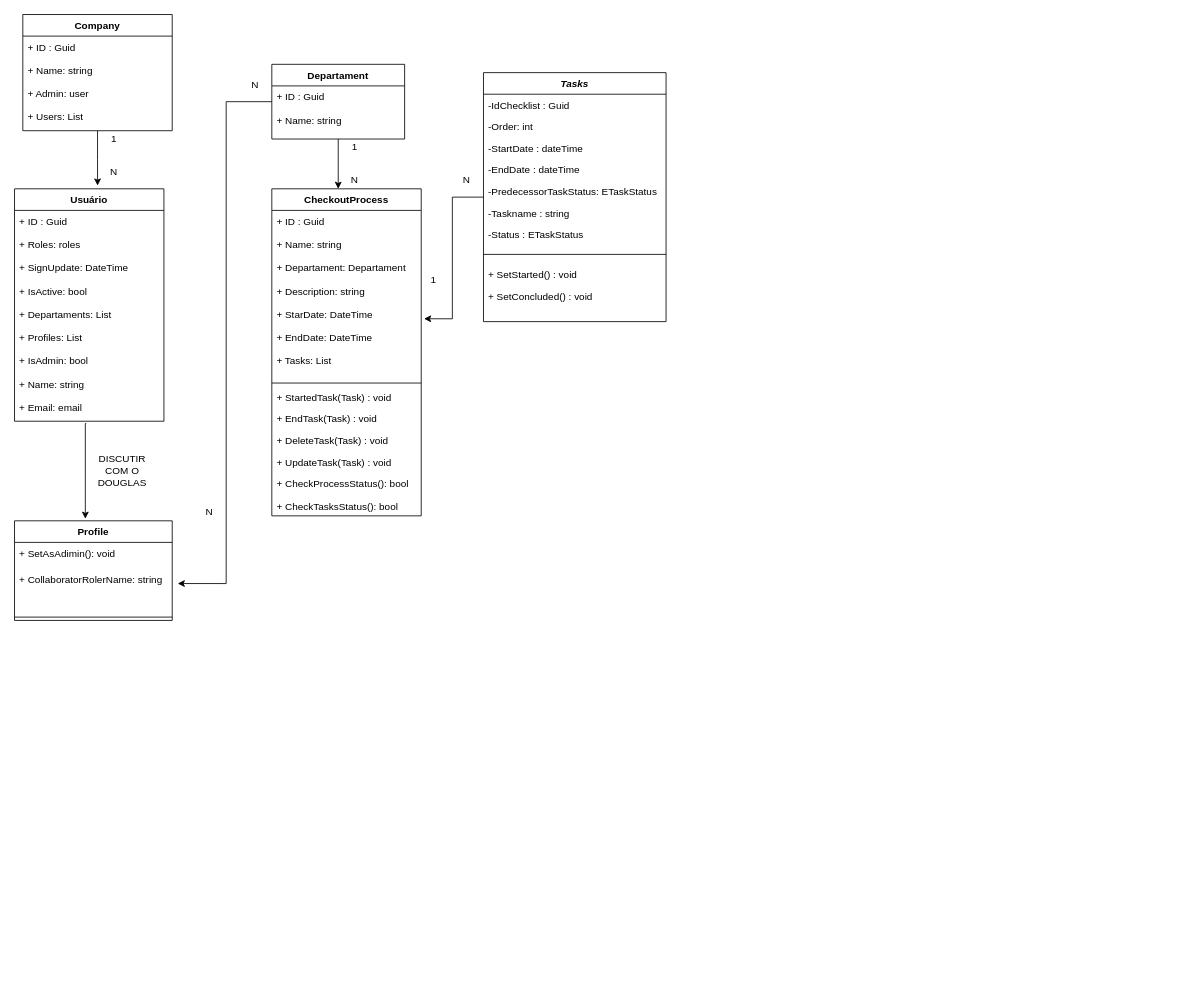
The draw.io diagram TaskManager.drawio in DevelopmentModalGR/TaskManager, before the edit. Source tidied: cells renumbered, new cells numbered last; positions are measured from the earlier drawing's top-left corner, leaving out a move shared by most shapes. Both pictures are drawn from the tidied source at 83%, with x=0, y=0 at pixel (14, 14).
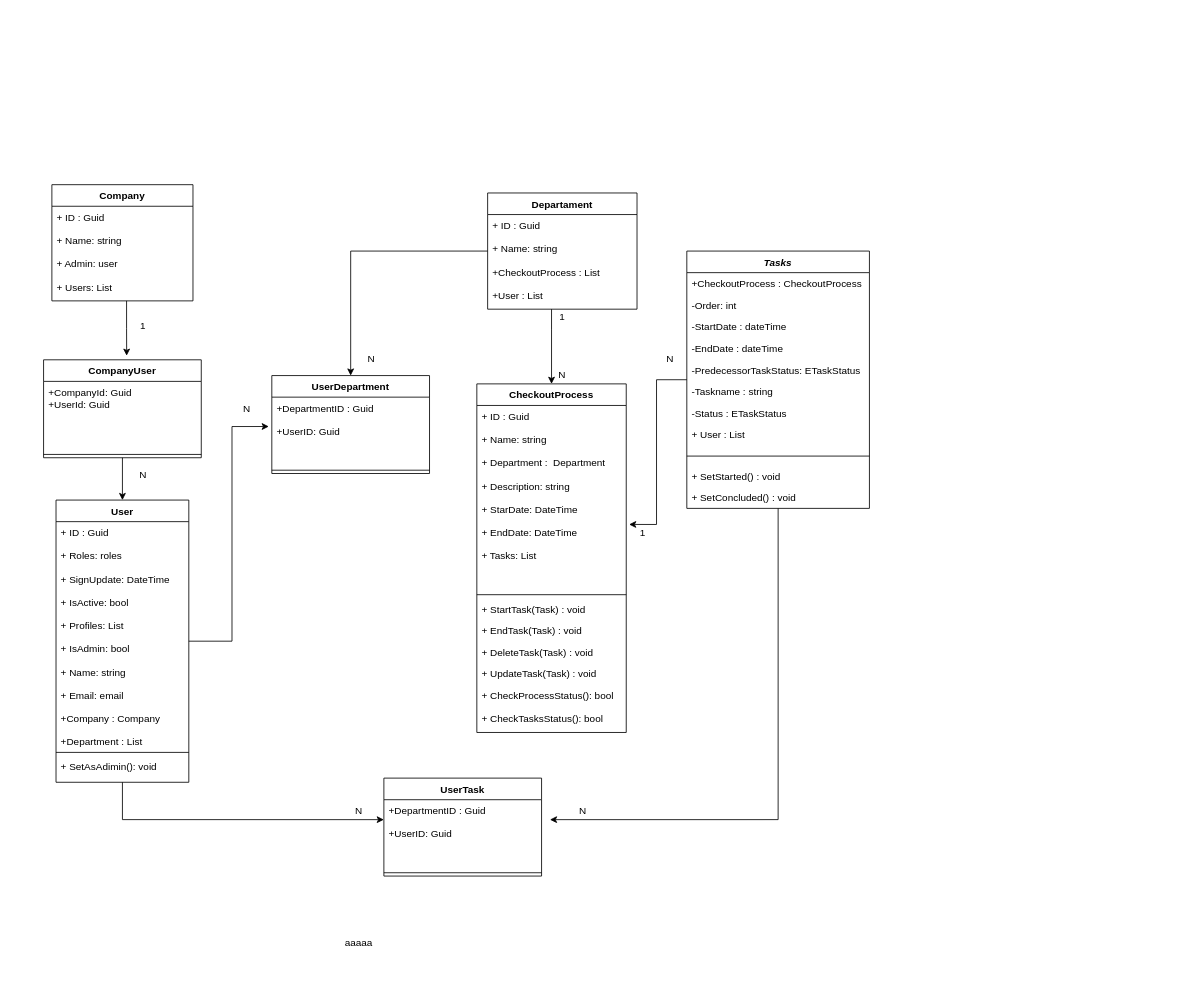
The same diagram, later.

The edit, as a diff of the source:
```diff
@@
+    <mxCell id="47" style="edgeStyle=orthogonalEdgeStyle;rounded=0;jettySize=auto;html=1;entryX=1.053;entryY=0.286;entryDx=0;entryDy=0;entryPerimeter=0;" parent="1" edge="1" source="3" target="61">
+      <mxGeometry relative="1" as="geometry">
+        <Array as="points">
+          <mxPoint x="920" y="970" />
+        </Array>
+      </mxGeometry>
+    </mxCell>
     <mxCell id="3" value="Tasks" style="swimlane;fontStyle=3;align=center;verticalAlign=top;horizontal=1;startSize=26;rounded=0;shadow=0;strokeWidth=1;" parent="1" vertex="1">
-      <mxGeometry x="565" y="70" width="220" height="300" as="geometry" />
+      <mxGeometry x="810" y="285" width="220" height="310" as="geometry" />
     </mxCell>
-    <mxCell id="4" value="-IdChecklist : Guid" style="text;align=left;verticalAlign=top;spacingLeft=4;spacingRight=4;overflow=hidden;" parent="3" vertex="1">
+    <mxCell id="4" value="+CheckoutProcess : CheckoutProcess" style="text;align=left;verticalAlign=top;spacingLeft=4;spacingRight=4;overflow=hidden;" parent="3" vertex="1">
       <mxGeometry y="26" width="220" height="26" as="geometry" />
     </mxCell>
@@
+    <mxCell id="48" value="+ User : List" style="text;align=left;verticalAlign=top;spacingLeft=4;spacingRight=4;overflow=hidden;rounded=0;shadow=0;html=0;" parent="3" vertex="1">
+      <mxGeometry y="208" width="220" height="28" as="geometry" />
+    </mxCell>
     <mxCell id="11" style="line;html=1;strokeWidth=1;align=left;verticalAlign=middle;spacingTop=-1;spacingLeft=3;spacingRight=3;labelPosition=right;" parent="3" vertex="1">
-      <mxGeometry y="208" width="220" height="22" as="geometry" />
+      <mxGeometry y="236" width="220" height="22" as="geometry" />
     </mxCell>
     <mxCell id="12" value="+ SetStarted() : void" style="text;align=left;verticalAlign=top;spacingLeft=4;spacingRight=4;overflow=hidden;rounded=0;shadow=0;html=0;" parent="3" vertex="1">
-      <mxGeometry y="230" width="220" height="26" as="geometry" />
+      <mxGeometry y="258" width="220" height="26" as="geometry" />
     </mxCell>
     <mxCell id="13" value="+ SetConcluded() : void" style="text;align=left;verticalAlign=top;spacingLeft=4;spacingRight=4;overflow=hidden;rounded=0;shadow=0;html=0;" parent="3" vertex="1">
-      <mxGeometry y="256" width="220" height="26" as="geometry" />
+      <mxGeometry y="284" width="220" height="26" as="geometry" />
     </mxCell>
-    <mxCell id="14" style="edgeStyle=orthogonalEdgeStyle;rounded=0;jettySize=auto;html=1;" parent="1" edge="1" source="16">
-      <mxGeometry relative="1" as="geometry">
-        <mxPoint x="390" y="210" as="targetPoint" />
-      </mxGeometry>
-    </mxCell>
-    <mxCell id="15" style="edgeStyle=orthogonalEdgeStyle;rounded=0;jettySize=auto;html=1;entryX=1.035;entryY=0.325;entryDx=0;entryDy=0;entryPerimeter=0;startArrow=none;startFill=0;endArrow=classic;endFill=1;" parent="1" edge="1" source="16" target="32">
-      <mxGeometry relative="1" as="geometry">
-        <Array as="points">
-          <mxPoint x="255" y="105" />
-          <mxPoint x="255" y="686" />
-        </Array>
-      </mxGeometry>
-    </mxCell>
+    <mxCell id="49" style="edgeStyle=orthogonalEdgeStyle;rounded=0;jettySize=auto;html=1;entryX=0.5;entryY=0;entryDx=0;entryDy=0;" parent="1" edge="1" source="16" target="30">
+      <mxGeometry relative="1" as="geometry" />
+    </mxCell>
+    <mxCell id="50" style="edgeStyle=orthogonalEdgeStyle;rounded=0;jettySize=auto;html=1;entryX=0.5;entryY=0;entryDx=0;entryDy=0;" parent="1" edge="1" source="16" target="22">
+      <mxGeometry relative="1" as="geometry">
+        <Array as="points">
+          <mxPoint x="647" y="380" />
+          <mxPoint x="647" y="380" />
+        </Array>
+      </mxGeometry>
+    </mxCell>
     <mxCell id="16" value="Departament" style="swimlane;fontStyle=1;align=center;verticalAlign=top;horizontal=1;startSize=26;rounded=0;shadow=0;strokeWidth=1;" parent="1" vertex="1">
-      <mxGeometry x="310" y="60" width="160" height="90" as="geometry" />
+      <mxGeometry x="570" y="215" width="180" height="140" as="geometry" />
     </mxCell>
-    <mxCell id="17" value="+ ID : Guid&#10;&#10;+ Name: string" style="text;align=left;verticalAlign=top;spacingLeft=4;spacingRight=4;overflow=hidden;" parent="16" vertex="1">
-      <mxGeometry y="26" width="160" height="54" as="geometry" />
+    <mxCell id="17" value="+ ID : Guid&#10;&#10;+ Name: string&#10;&#10;+CheckoutProcess : List&#10;&#10;+User : List" style="text;align=left;verticalAlign=top;spacingLeft=4;spacingRight=4;overflow=hidden;" parent="16" vertex="1">
+      <mxGeometry y="26" width="180" height="114" as="geometry" />
     </mxCell>
     <mxCell id="18" style="line;html=1;strokeWidth=1;align=left;verticalAlign=middle;spacingTop=-1;spacingLeft=3;spacingRight=3;labelPosition=right;" parent="16" vertex="1">
-      <mxGeometry y="80" width="160" as="geometry" />
+      <mxGeometry y="140" width="180" as="geometry" />
     </mxCell>
-    <mxCell id="19" style="edgeStyle=orthogonalEdgeStyle;rounded=0;jettySize=auto;html=1;entryX=0.449;entryY=-0.021;entryDx=0;entryDy=0;entryPerimeter=0;startArrow=none;startFill=0;endArrow=classic;endFill=1;exitX=0.48;exitY=1.011;exitDx=0;exitDy=0;exitPerimeter=0;" parent="1" edge="1" source="21" target="30">
-      <mxGeometry relative="1" as="geometry">
-        <Array as="points">
-          <mxPoint x="85" y="493" />
-        </Array>
-      </mxGeometry>
-    </mxCell>
-    <mxCell id="20" value="Usuário" style="swimlane;fontStyle=1;horizontal=1;startSize=26;fillColor=none;" parent="1" vertex="1">
-      <mxGeometry y="210" width="180" height="280" as="geometry" />
-    </mxCell>
-    <mxCell id="21" value="+ ID : Guid&#10;&#10;+ Roles: roles&#10;&#10;+ SignUpdate: DateTime&#10;&#10;+ IsActive: bool&#10;&#10;+ Departaments: List&#10;&#10;+ Profiles: List&#10;&#10;+ IsAdmin: bool&#10;&#10;+ Name: string&#10;&#10;+ Email: email&#10;" style="text;strokeColor=none;fillColor=none;align=left;verticalAlign=top;spacingLeft=4;spacingRight=4;overflow=hidden;points=[[0,0.5],[1,0.5]];portConstraint=eastwest;" parent="20" vertex="1">
-      <mxGeometry y="26" width="180" height="254" as="geometry" />
-    </mxCell>
     <mxCell id="22" value="CheckoutProcess" style="swimlane;fontStyle=1;align=center;verticalAlign=top;horizontal=1;startSize=26;" parent="1" vertex="1">
-      <mxGeometry x="310" y="210" width="180" height="394" as="geometry" />
+      <mxGeometry x="557" y="445" width="180" height="420" as="geometry" />
     </mxCell>
-    <mxCell id="23" value="+ ID : Guid&#10;&#10;+ Name: string&#10;&#10;+ Departament: Departament&#10;&#10;+ Description: string&#10;&#10;+ StarDate: DateTime&#10;&#10;+ EndDate: DateTime&#10;&#10;+ Tasks: List&#10;" style="text;strokeColor=none;fillColor=none;align=left;verticalAlign=top;spacingLeft=4;spacingRight=4;overflow=hidden;points=[[0,0.5],[1,0.5]];portConstraint=eastwest;" parent="22" vertex="1">
-      <mxGeometry y="26" width="180" height="204" as="geometry" />
+    <mxCell id="23" value="+ ID : Guid&#10;&#10;+ Name: string&#10;&#10;+ Department :  Department&#10;&#10;+ Description: string&#10;&#10;+ StarDate: DateTime&#10;&#10;+ EndDate: DateTime&#10;&#10;+ Tasks: List&#10;" style="text;strokeColor=none;fillColor=none;align=left;verticalAlign=top;spacingLeft=4;spacingRight=4;overflow=hidden;points=[[0,0.5],[1,0.5]];portConstraint=eastwest;" parent="22" vertex="1">
+      <mxGeometry y="26" width="180" height="224" as="geometry" />
     </mxCell>
     <mxCell id="24" style="line;strokeWidth=1;fillColor=none;align=left;verticalAlign=middle;spacingTop=-1;spacingLeft=3;spacingRight=3;labelPosition=right;" parent="22" vertex="1">
-      <mxGeometry y="230" width="180" height="8" as="geometry" />
+      <mxGeometry y="250" width="180" height="8" as="geometry" />
     </mxCell>
-    <mxCell id="25" value="+ StartedTask(Task) : void" style="text;align=left;verticalAlign=top;spacingLeft=4;spacingRight=4;overflow=hidden;rounded=0;shadow=0;html=0;" parent="22" vertex="1">
-      <mxGeometry y="238" width="180" height="26" as="geometry" />
+    <mxCell id="25" value="+ StartTask(Task) : void" style="text;align=left;verticalAlign=top;spacingLeft=4;spacingRight=4;overflow=hidden;rounded=0;shadow=0;html=0;" parent="22" vertex="1">
+      <mxGeometry y="258" width="180" height="26" as="geometry" />
     </mxCell>
     <mxCell id="26" value="+ EndTask(Task) : void" style="text;align=left;verticalAlign=top;spacingLeft=4;spacingRight=4;overflow=hidden;rounded=0;shadow=0;html=0;" parent="22" vertex="1">
-      <mxGeometry y="264" width="180" height="26" as="geometry" />
+      <mxGeometry y="284" width="180" height="26" as="geometry" />
     </mxCell>
     <mxCell id="27" value="+ DeleteTask(Task) : void" style="text;align=left;verticalAlign=top;spacingLeft=4;spacingRight=4;overflow=hidden;rounded=0;shadow=0;html=0;" parent="22" vertex="1">
-      <mxGeometry y="290" width="180" height="26" as="geometry" />
+      <mxGeometry y="310" width="180" height="26" as="geometry" />
     </mxCell>
     <mxCell id="28" value="+ UpdateTask(Task) : void" style="text;align=left;verticalAlign=top;spacingLeft=4;spacingRight=4;overflow=hidden;rounded=0;shadow=0;html=0;" parent="22" vertex="1">
-      <mxGeometry y="316" width="180" height="26" as="geometry" />
+      <mxGeometry y="336" width="180" height="26" as="geometry" />
     </mxCell>
     <mxCell id="29" value="+ CheckProcessStatus(): bool&#10;&#10;+ CheckTasksStatus(): bool" style="text;strokeColor=none;fillColor=none;align=left;verticalAlign=top;spacingLeft=4;spacingRight=4;overflow=hidden;" parent="22" vertex="1">
-      <mxGeometry y="342" width="180" height="52" as="geometry" />
+      <mxGeometry y="362" width="180" height="58" as="geometry" />
     </mxCell>
-    <mxCell id="30" value="Profile" style="swimlane;fontStyle=1;align=center;verticalAlign=top;horizontal=1;startSize=26;" parent="1" vertex="1">
-      <mxGeometry y="610" width="190" height="120" as="geometry" />
+    <mxCell id="30" value="UserDepartment" style="swimlane;fontStyle=1;align=center;verticalAlign=top;horizontal=1;startSize=26;" parent="1" vertex="1">
+      <mxGeometry x="310" y="435" width="190" height="118" as="geometry" />
     </mxCell>
-    <mxCell id="31" value="+ SetAsAdimin(): void" style="text;strokeColor=none;fillColor=none;align=left;verticalAlign=top;spacingLeft=4;spacingRight=4;overflow=hidden;" parent="30" vertex="1">
-      <mxGeometry y="26" width="190" height="32" as="geometry" />
-    </mxCell>
-    <mxCell id="32" value="+ CollaboratorRolerName: string&#10;&#10;&#10;&#10;" style="text;strokeColor=none;fillColor=none;align=left;verticalAlign=top;spacingLeft=4;spacingRight=4;overflow=hidden;points=[[0,0.5],[1,0.5]];portConstraint=eastwest;" parent="30" vertex="1">
-      <mxGeometry y="58" width="190" height="54" as="geometry" />
+    <mxCell id="32" value="+DepartmentID : Guid&#10;&#10;+UserID: Guid&#10;&#10;&#10;" style="text;strokeColor=none;fillColor=none;align=left;verticalAlign=top;spacingLeft=4;spacingRight=4;overflow=hidden;points=[[0,0.5],[1,0.5]];portConstraint=eastwest;" parent="30" vertex="1">
+      <mxGeometry y="26" width="190" height="84" as="geometry" />
     </mxCell>
     <mxCell id="33" style="line;strokeWidth=1;fillColor=none;align=left;verticalAlign=middle;spacingTop=-1;spacingLeft=3;spacingRight=3;labelPosition=right;" parent="30" vertex="1">
-      <mxGeometry y="112" width="190" height="8" as="geometry" />
+      <mxGeometry y="110" width="190" height="8" as="geometry" />
     </mxCell>
-    <mxCell id="34" style="rounded=0;jettySize=auto;html=1;entryX=0.556;entryY=-0.014;entryDx=0;entryDy=0;entryPerimeter=0;edgeStyle=orthogonalEdgeStyle;startArrow=none;startFill=0;endArrow=classic;endFill=1;" parent="1" edge="1" source="35" target="20">
-      <mxGeometry relative="1" as="geometry" />
+    <mxCell id="34" style="rounded=0;jettySize=auto;html=1;entryX=0.556;entryY=-0.014;entryDx=0;entryDy=0;entryPerimeter=0;edgeStyle=orthogonalEdgeStyle;startArrow=none;startFill=0;endArrow=classic;endFill=1;" parent="1" edge="1" source="35">
+      <mxGeometry relative="1" as="geometry">
+        <mxPoint x="135.1" y="411.1" as="targetPoint" />
+        <Array as="points">
+          <mxPoint x="135" y="378" />
+          <mxPoint x="135" y="378" />
+        </Array>
+      </mxGeometry>
     </mxCell>
     <mxCell id="35" value="Company" style="swimlane;fontStyle=1;align=center;verticalAlign=top;horizontal=1;startSize=26;" parent="1" vertex="1">
-      <mxGeometry x="10" width="180" height="140" as="geometry" />
+      <mxGeometry x="45" y="205" width="170" height="140" as="geometry" />
     </mxCell>
     <mxCell id="36" value="+ ID : Guid&#10;&#10;+ Name: string&#10;&#10;+ Admin: user&#10;&#10;+ Users: List" style="text;strokeColor=none;fillColor=none;align=left;verticalAlign=top;spacingLeft=4;spacingRight=4;overflow=hidden;" parent="35" vertex="1">
-      <mxGeometry y="26" width="180" height="114" as="geometry" />
+      <mxGeometry y="26" width="170" height="114" as="geometry" />
     </mxCell>
@@
     <mxCell id="38" value="1" style="text;html=1;strokeColor=none;fillColor=none;align=center;verticalAlign=middle;whiteSpace=wrap;rounded=0;" parent="1" vertex="1">
-      <mxGeometry x="100" y="140" width="40" height="20" as="geometry" />
+      <mxGeometry x="135" y="365" width="40" height="20" as="geometry" />
     </mxCell>
     <mxCell id="39" value="N" style="text;html=1;strokeColor=none;fillColor=none;align=center;verticalAlign=middle;whiteSpace=wrap;rounded=0;" parent="1" vertex="1">
-      <mxGeometry x="100" y="180" width="40" height="20" as="geometry" />
+      <mxGeometry x="135" y="545" width="40" height="20" as="geometry" />
     </mxCell>
-    <mxCell id="40" value="DISCUTIR COM O DOUGLAS" style="text;html=1;strokeColor=none;fillColor=none;align=center;verticalAlign=middle;whiteSpace=wrap;rounded=0;" parent="1" vertex="1">
-      <mxGeometry x="100" y="520" width="60" height="60" as="geometry" />
+    <mxCell id="40" value="aaaaa" style="text;html=1;strokeColor=none;fillColor=none;align=center;verticalAlign=middle;whiteSpace=wrap;rounded=0;" parent="1" vertex="1">
+      <mxGeometry x="385" y="1089" width="60" height="60" as="geometry" />
     </mxCell>
     <mxCell id="41" value="N" style="text;html=1;strokeColor=none;fillColor=none;align=center;verticalAlign=middle;whiteSpace=wrap;rounded=0;" parent="1" vertex="1">
-      <mxGeometry x="215" y="590" width="40" height="20" as="geometry" />
+      <mxGeometry x="410" y="405" width="40" height="20" as="geometry" />
     </mxCell>
-    <mxCell id="42" value="N" style="text;html=1;strokeColor=none;fillColor=none;align=center;verticalAlign=middle;whiteSpace=wrap;rounded=0;" parent="1" vertex="1">
-      <mxGeometry x="270" y="75" width="40" height="20" as="geometry" />
-    </mxCell>
     <mxCell id="43" value="1" style="text;html=1;strokeColor=none;fillColor=none;align=center;verticalAlign=middle;whiteSpace=wrap;rounded=0;" parent="1" vertex="1">
-      <mxGeometry x="390" y="150" width="40" height="20" as="geometry" />
+      <mxGeometry x="640" y="355" width="40" height="20" as="geometry" />
     </mxCell>
     <mxCell id="44" value="N" style="text;html=1;strokeColor=none;fillColor=none;align=center;verticalAlign=middle;whiteSpace=wrap;rounded=0;" parent="1" vertex="1">
-      <mxGeometry x="390" y="190" width="40" height="20" as="geometry" />
+      <mxGeometry x="640" y="425" width="40" height="20" as="geometry" />
     </mxCell>
     <mxCell id="45" value="1" style="text;html=1;strokeColor=none;fillColor=none;align=center;verticalAlign=middle;whiteSpace=wrap;rounded=0;" parent="1" vertex="1">
-      <mxGeometry x="485" y="310" width="40" height="20" as="geometry" />
+      <mxGeometry x="737" y="615" width="40" height="20" as="geometry" />
     </mxCell>
     <mxCell id="46" value="N" style="text;html=1;strokeColor=none;fillColor=none;align=center;verticalAlign=middle;whiteSpace=wrap;rounded=0;" parent="1" vertex="1">
-      <mxGeometry x="525" y="190" width="40" height="20" as="geometry" />
+      <mxGeometry x="770" y="405" width="40" height="20" as="geometry" />
     </mxCell>
+    <mxCell id="51" style="edgeStyle=orthogonalEdgeStyle;rounded=0;jettySize=auto;html=1;entryX=-0.019;entryY=0.421;entryDx=0;entryDy=0;entryPerimeter=0;" parent="1" edge="1" source="53" target="32">
+      <mxGeometry relative="1" as="geometry">
+        <Array as="points">
+          <mxPoint x="262" y="496" />
+        </Array>
+      </mxGeometry>
+    </mxCell>
+    <mxCell id="52" style="edgeStyle=orthogonalEdgeStyle;rounded=0;jettySize=auto;html=1;entryX=0;entryY=0.286;entryDx=0;entryDy=0;entryPerimeter=0;" parent="1" edge="1" source="53" target="61">
+      <mxGeometry relative="1" as="geometry" />
+    </mxCell>
+    <mxCell id="53" value="User" style="swimlane;fontStyle=1;align=center;verticalAlign=top;horizontal=1;startSize=26;" parent="1" vertex="1">
+      <mxGeometry x="50" y="585" width="160" height="340" as="geometry" />
+    </mxCell>
+    <mxCell id="21" value="+ ID : Guid&#10;&#10;+ Roles: roles&#10;&#10;+ SignUpdate: DateTime&#10;&#10;+ IsActive: bool&#10;&#10;+ Profiles: List&#10;&#10;+ IsAdmin: bool&#10;&#10;+ Name: string&#10;&#10;+ Email: email&#10;&#10;+Company : Company&#10;&#10;+Department : List&#10;" style="text;strokeColor=none;fillColor=none;align=left;verticalAlign=top;spacingLeft=4;spacingRight=4;overflow=hidden;points=[[0,0.5],[1,0.5]];portConstraint=eastwest;" parent="53" vertex="1">
+      <mxGeometry y="26" width="160" height="274" as="geometry" />
+    </mxCell>
+    <mxCell id="54" style="line;strokeWidth=1;fillColor=none;align=left;verticalAlign=middle;spacingTop=-1;spacingLeft=3;spacingRight=3;labelPosition=right;" parent="53" vertex="1">
+      <mxGeometry y="300" width="160" height="8" as="geometry" />
+    </mxCell>
+    <mxCell id="31" value="+ SetAsAdimin(): void" style="text;strokeColor=none;fillColor=none;align=left;verticalAlign=top;spacingLeft=4;spacingRight=4;overflow=hidden;" parent="53" vertex="1">
+      <mxGeometry y="308" width="160" height="32" as="geometry" />
+    </mxCell>
+    <mxCell id="55" value="N" style="text;html=1;strokeColor=none;fillColor=none;align=center;verticalAlign=middle;whiteSpace=wrap;rounded=0;" parent="1" vertex="1">
+      <mxGeometry x="260" y="465" width="40" height="20" as="geometry" />
+    </mxCell>
+    <mxCell id="56" style="edgeStyle=orthogonalEdgeStyle;rounded=0;jettySize=auto;html=1;entryX=0.5;entryY=0;entryDx=0;entryDy=0;" parent="1" edge="1" source="57" target="53">
+      <mxGeometry relative="1" as="geometry" />
+    </mxCell>
+    <mxCell id="57" value="CompanyUser" style="swimlane;fontStyle=1;align=center;verticalAlign=top;horizontal=1;startSize=26;" parent="1" vertex="1">
+      <mxGeometry x="35" y="416" width="190" height="118" as="geometry" />
+    </mxCell>
+    <mxCell id="58" value="+CompanyId: Guid&#10;+UserId: Guid" style="text;strokeColor=none;fillColor=none;align=left;verticalAlign=top;spacingLeft=4;spacingRight=4;overflow=hidden;" parent="57" vertex="1">
+      <mxGeometry y="26" width="190" height="84" as="geometry" />
+    </mxCell>
+    <mxCell id="59" style="line;strokeWidth=1;fillColor=none;align=left;verticalAlign=middle;spacingTop=-1;spacingLeft=3;spacingRight=3;labelPosition=right;" parent="57" vertex="1">
+      <mxGeometry y="110" width="190" height="8" as="geometry" />
+    </mxCell>
+    <mxCell id="60" value="UserTask" style="swimlane;fontStyle=1;align=center;verticalAlign=top;horizontal=1;startSize=26;" parent="1" vertex="1">
+      <mxGeometry x="445" y="920" width="190" height="118" as="geometry" />
+    </mxCell>
+    <mxCell id="61" value="+DepartmentID : Guid&#10;&#10;+UserID: Guid&#10;&#10;&#10;" style="text;strokeColor=none;fillColor=none;align=left;verticalAlign=top;spacingLeft=4;spacingRight=4;overflow=hidden;points=[[0,0.5],[1,0.5]];portConstraint=eastwest;" parent="60" vertex="1">
+      <mxGeometry y="26" width="190" height="84" as="geometry" />
+    </mxCell>
+    <mxCell id="62" style="line;strokeWidth=1;fillColor=none;align=left;verticalAlign=middle;spacingTop=-1;spacingLeft=3;spacingRight=3;labelPosition=right;" parent="60" vertex="1">
+      <mxGeometry y="110" width="190" height="8" as="geometry" />
+    </mxCell>
+    <mxCell id="63" value="N" style="text;html=1;strokeColor=none;fillColor=none;align=center;verticalAlign=middle;whiteSpace=wrap;rounded=0;" parent="1" vertex="1">
+      <mxGeometry x="665" y="950" width="40" height="20" as="geometry" />
+    </mxCell>
+    <mxCell id="64" value="N" style="text;html=1;strokeColor=none;fillColor=none;align=center;verticalAlign=middle;whiteSpace=wrap;rounded=0;" parent="1" vertex="1">
+      <mxGeometry x="395" y="950" width="40" height="20" as="geometry" />
+    </mxCell>
```
